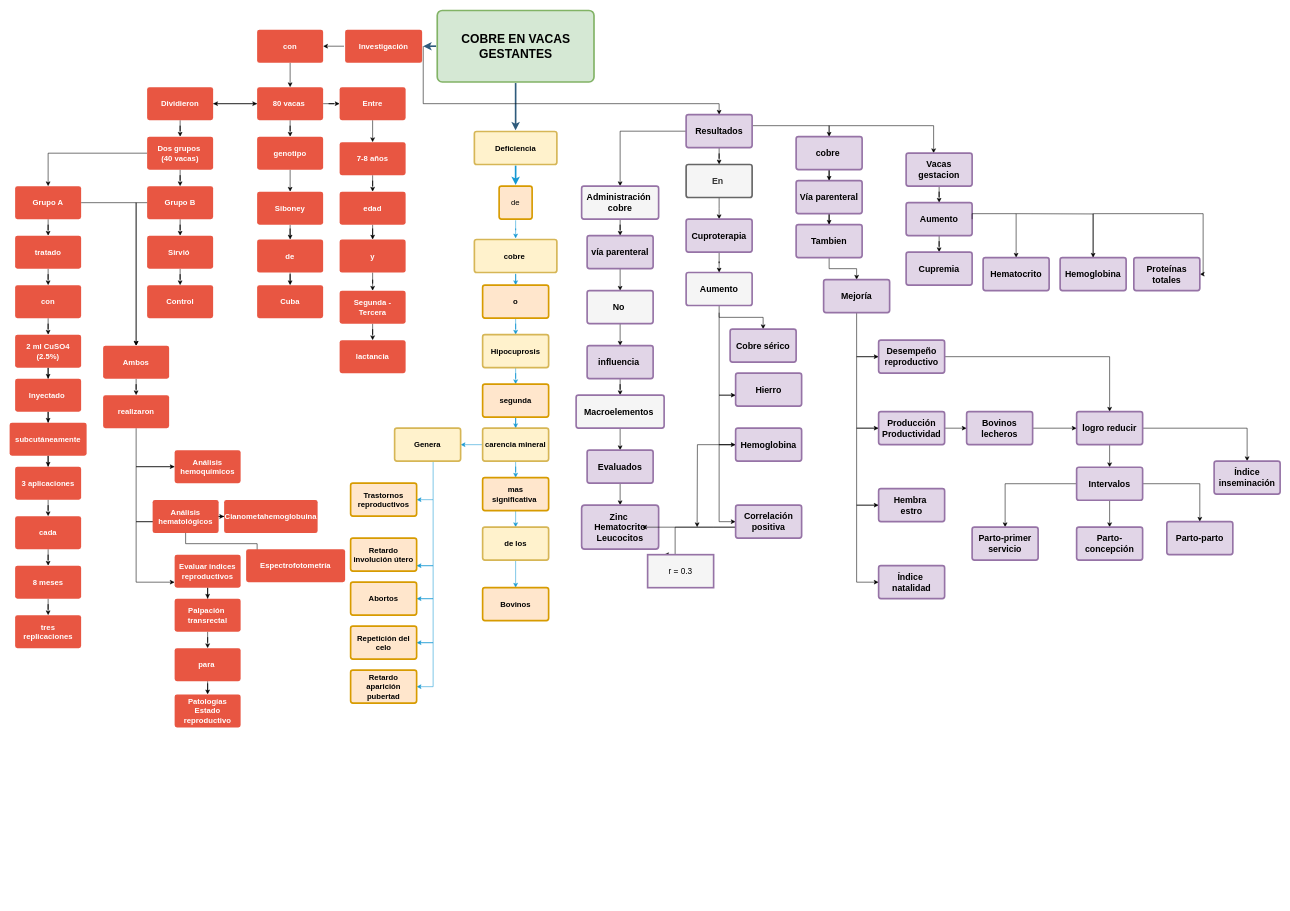
Before: Diagrama sin título.drawio in luisvelez96/luis, a draw.io diagram. Source tidied: cells renumbered, new cells numbered last; positions are measured from the earlier drawing's top-left corner, leaving out a move shared by most shapes. Both pictures are drawn from the tidied source at 55%, with x=0, y=0 at pixel (9, 10).
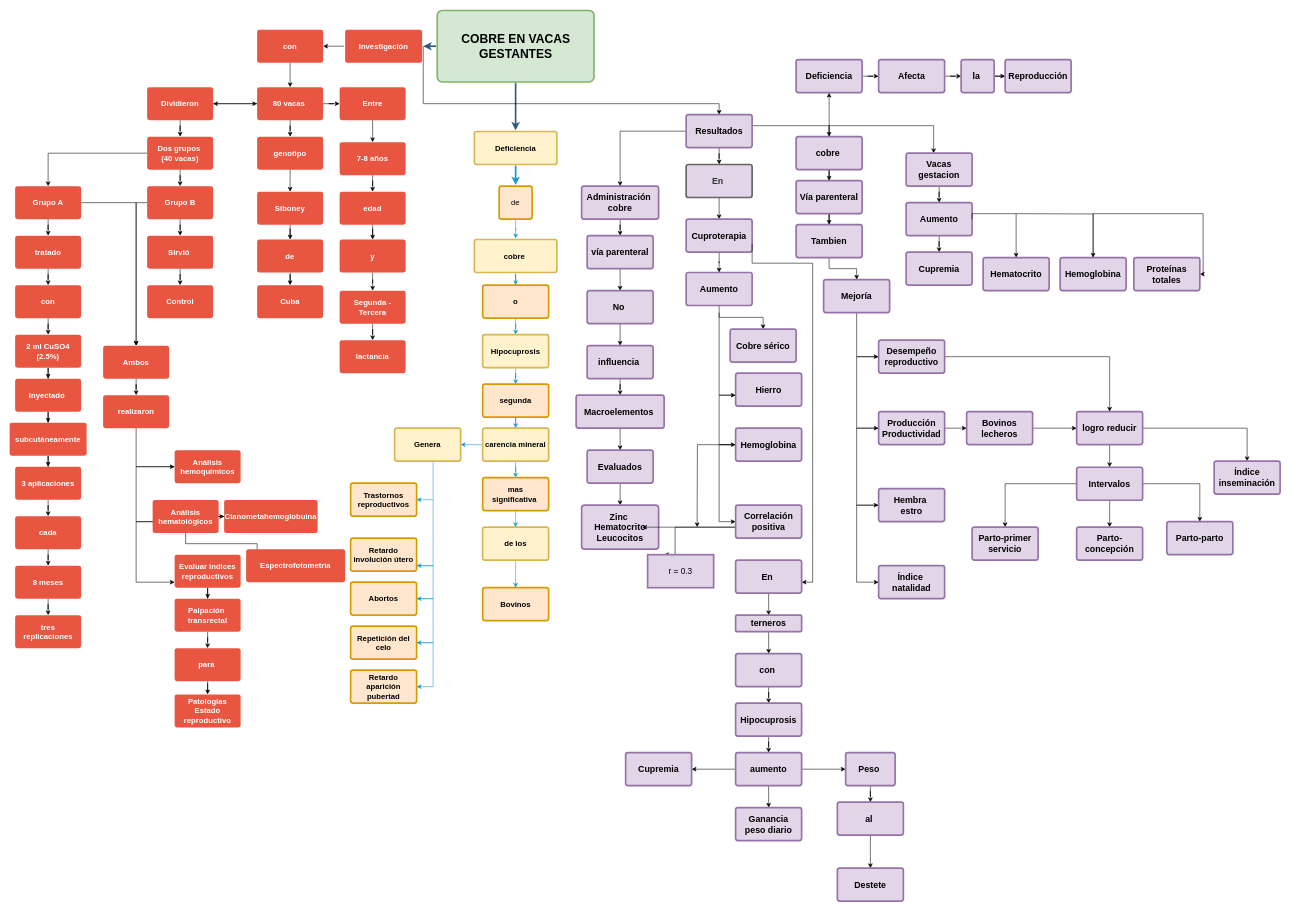
Above is the later version.

Commit message:
cobre en vacas gestantes

Unchanged cells that the change refers to:
```xml
<mxCell id="134" value="Cuproterapia" style="whiteSpace=wrap;html=1;rounded=1;shadow=0;fontSize=16;fontStyle=1;strokeColor=#9673a6;strokeWidth=3;fillColor=#e1d5e7;spacing=5;arcSize=7;" parent="1" vertex="1">
  <mxGeometry x="1230" y="380" width="120" height="60" as="geometry" />
</mxCell>
<mxCell id="150" value="cobre&amp;nbsp;" style="whiteSpace=wrap;html=1;rounded=1;shadow=0;fontSize=16;fontStyle=1;strokeColor=#9673a6;strokeWidth=3;fillColor=#e1d5e7;spacing=5;arcSize=7;" parent="1" vertex="1">
  <mxGeometry x="1430" y="230" width="120" height="60" as="geometry" />
</mxCell>
```

The edit, as a diff of the source:
```diff
@@
-    <mxCell id="119" value="Administración&amp;nbsp;&lt;br&gt;cobre" style="whiteSpace=wrap;html=1;rounded=1;shadow=0;fontSize=16;fontStyle=1;strokeColor=#9673a6;strokeWidth=3;spacing=5;arcSize=7;fillColor=#F5F5F5;" parent="1" vertex="1">
+    <mxCell id="119" value="Administración&amp;nbsp;&lt;br&gt;cobre" style="whiteSpace=wrap;html=1;rounded=1;shadow=0;fontSize=16;fontStyle=1;strokeColor=#9673a6;strokeWidth=3;spacing=5;arcSize=7;fillColor=#E1D5E7;" parent="1" vertex="1">
       <mxGeometry x="1040" y="320" width="140" height="60" as="geometry" />
     </mxCell>
@@
-    <mxCell id="123" value="No&amp;nbsp;" style="whiteSpace=wrap;html=1;rounded=1;shadow=0;fontSize=16;fontStyle=1;strokeColor=#9673a6;strokeWidth=3;spacing=5;arcSize=7;fillColor=#F5F5F5;" parent="1" vertex="1">
+    <mxCell id="123" value="No&amp;nbsp;" style="whiteSpace=wrap;html=1;rounded=1;shadow=0;fontSize=16;fontStyle=1;strokeColor=#9673a6;strokeWidth=3;spacing=5;arcSize=7;fillColor=#E1D5E7;" parent="1" vertex="1">
       <mxGeometry x="1050" y="510" width="120" height="60" as="geometry" />
     </mxCell>
@@
-    <mxCell id="127" value="Macroelementos&amp;nbsp;" style="whiteSpace=wrap;html=1;rounded=1;shadow=0;fontSize=16;fontStyle=1;strokeColor=#9673a6;strokeWidth=3;spacing=5;arcSize=7;fillColor=#F5F5F5;" parent="1" vertex="1">
+    <mxCell id="127" value="Macroelementos&amp;nbsp;" style="whiteSpace=wrap;html=1;rounded=1;shadow=0;fontSize=16;fontStyle=1;strokeColor=#9673a6;strokeWidth=3;spacing=5;arcSize=7;fillColor=#E1D5E7;" parent="1" vertex="1">
       <mxGeometry x="1030" y="700" width="160" height="60" as="geometry" />
     </mxCell>
@@
-    <mxCell id="132" value="En&amp;nbsp;" style="whiteSpace=wrap;html=1;rounded=1;shadow=0;fontSize=16;fontStyle=1;strokeColor=#666666;strokeWidth=3;fillColor=#f5f5f5;spacing=5;arcSize=7;fontColor=#333333;" parent="1" vertex="1">
+    <mxCell id="132" value="En&amp;nbsp;" style="whiteSpace=wrap;html=1;rounded=1;shadow=0;fontSize=16;fontStyle=1;strokeColor=#666666;strokeWidth=3;spacing=5;arcSize=7;fontColor=#333333;fillColor=#E1D5E7;" parent="1" vertex="1">
       <mxGeometry x="1230" y="280.5" width="120" height="60" as="geometry" />
     </mxCell>
@@
-    <mxCell id="136" value="Aumento" style="whiteSpace=wrap;html=1;rounded=1;shadow=0;fontSize=16;fontStyle=1;strokeColor=#9673a6;strokeWidth=3;spacing=5;arcSize=7;fillColor=#F5F5F5;" parent="1" vertex="1">
+    <mxCell id="136" value="Aumento" style="whiteSpace=wrap;html=1;rounded=1;shadow=0;fontSize=16;fontStyle=1;strokeColor=#9673a6;strokeWidth=3;spacing=5;arcSize=7;fillColor=#E1D5E7;" parent="1" vertex="1">
       <mxGeometry x="1230" y="477" width="120" height="60" as="geometry" />
     </mxCell>
@@
+    <mxCell id="190" style="edgeStyle=orthogonalEdgeStyle;rounded=0;jettySize=auto;html=1;exitX=1;exitY=0.75;exitDx=0;exitDy=0;" parent="1" edge="1" source="134" target="193">
+      <mxGeometry relative="1" as="geometry">
+        <Array as="points">
+          <mxPoint x="1350" y="460" />
+          <mxPoint x="1460" y="460" />
+          <mxPoint x="1460" y="1040" />
+          <mxPoint x="1380" y="1040" />
+        </Array>
+      </mxGeometry>
+    </mxCell>
@@
-    <mxCell id="147" value="&lt;font style=&quot;font-size: 15px&quot;&gt;r = 0.3&lt;/font&gt;" style="rounded=0;whiteSpace=wrap;html=1;strokeWidth=3;fillColor=#F5F5F5;strokeColor=#9673A6;" parent="1" vertex="1">
+    <mxCell id="147" value="&lt;font style=&quot;font-size: 15px&quot;&gt;r = 0.3&lt;/font&gt;" style="rounded=0;whiteSpace=wrap;html=1;strokeWidth=3;strokeColor=#9673A6;fillColor=#E1D5E7;" parent="1" vertex="1">
       <mxGeometry x="1160" y="990" width="120" height="60" as="geometry" />
     </mxCell>
@@
+    <mxCell id="191" style="edgeStyle=orthogonalEdgeStyle;rounded=0;jettySize=auto;html=1;" parent="1" edge="1" source="150" target="212">
+      <mxGeometry relative="1" as="geometry" />
+    </mxCell>
@@
+    <mxCell id="192" style="edgeStyle=orthogonalEdgeStyle;rounded=0;jettySize=auto;html=1;" parent="1" edge="1" source="193" target="195">
+      <mxGeometry relative="1" as="geometry" />
+    </mxCell>
+    <mxCell id="193" value="En&amp;nbsp;" style="whiteSpace=wrap;html=1;rounded=1;shadow=0;fontSize=16;fontStyle=1;strokeColor=#9673a6;strokeWidth=3;fillColor=#e1d5e7;spacing=5;arcSize=7;" parent="1" vertex="1">
+      <mxGeometry x="1320" y="1000" width="120" height="60" as="geometry" />
+    </mxCell>
+    <mxCell id="194" style="edgeStyle=orthogonalEdgeStyle;rounded=0;jettySize=auto;html=1;" parent="1" edge="1" source="195" target="197">
+      <mxGeometry relative="1" as="geometry" />
+    </mxCell>
+    <mxCell id="195" value="terneros" style="whiteSpace=wrap;html=1;rounded=1;shadow=0;fontSize=16;fontStyle=1;strokeColor=#9673a6;strokeWidth=3;fillColor=#e1d5e7;spacing=5;arcSize=7;" parent="1" vertex="1">
+      <mxGeometry x="1320" y="1100" width="120" height="30" as="geometry" />
+    </mxCell>
+    <mxCell id="196" style="edgeStyle=orthogonalEdgeStyle;rounded=0;jettySize=auto;html=1;" parent="1" edge="1" source="197" target="199">
+      <mxGeometry relative="1" as="geometry" />
+    </mxCell>
+    <mxCell id="197" value="con&amp;nbsp;" style="whiteSpace=wrap;html=1;rounded=1;shadow=0;fontSize=16;fontStyle=1;strokeColor=#9673a6;strokeWidth=3;fillColor=#e1d5e7;spacing=5;arcSize=7;" parent="1" vertex="1">
+      <mxGeometry x="1320" y="1170" width="120" height="60" as="geometry" />
+    </mxCell>
+    <mxCell id="198" style="edgeStyle=orthogonalEdgeStyle;rounded=0;jettySize=auto;html=1;" parent="1" edge="1" source="199" target="203">
+      <mxGeometry relative="1" as="geometry" />
+    </mxCell>
+    <mxCell id="199" value="Hipocuprosis" style="whiteSpace=wrap;html=1;rounded=1;shadow=0;fontSize=16;fontStyle=1;strokeColor=#9673a6;strokeWidth=3;fillColor=#e1d5e7;spacing=5;arcSize=7;" parent="1" vertex="1">
+      <mxGeometry x="1320" y="1260" width="120" height="60" as="geometry" />
+    </mxCell>
+    <mxCell id="200" style="edgeStyle=orthogonalEdgeStyle;rounded=0;jettySize=auto;html=1;" parent="1" edge="1" source="203" target="204">
+      <mxGeometry relative="1" as="geometry" />
+    </mxCell>
+    <mxCell id="201" style="edgeStyle=orthogonalEdgeStyle;rounded=0;jettySize=auto;html=1;" parent="1" edge="1" source="203" target="205">
+      <mxGeometry relative="1" as="geometry" />
+    </mxCell>
+    <mxCell id="202" style="edgeStyle=orthogonalEdgeStyle;rounded=0;jettySize=auto;html=1;" parent="1" edge="1" source="203" target="207">
+      <mxGeometry relative="1" as="geometry" />
+    </mxCell>
+    <mxCell id="203" value="aumento" style="whiteSpace=wrap;html=1;rounded=1;shadow=0;fontSize=16;fontStyle=1;strokeColor=#9673a6;strokeWidth=3;fillColor=#e1d5e7;spacing=5;arcSize=7;" parent="1" vertex="1">
+      <mxGeometry x="1320" y="1350" width="120" height="60" as="geometry" />
+    </mxCell>
+    <mxCell id="204" value="Cupremia" style="whiteSpace=wrap;html=1;rounded=1;shadow=0;fontSize=16;fontStyle=1;strokeColor=#9673a6;strokeWidth=3;fillColor=#e1d5e7;spacing=5;arcSize=7;" parent="1" vertex="1">
+      <mxGeometry x="1120" y="1350" width="120" height="60" as="geometry" />
+    </mxCell>
+    <mxCell id="205" value="Ganancia peso diario" style="whiteSpace=wrap;html=1;rounded=1;shadow=0;fontSize=16;fontStyle=1;strokeColor=#9673a6;strokeWidth=3;fillColor=#e1d5e7;spacing=5;arcSize=7;" parent="1" vertex="1">
+      <mxGeometry x="1320" y="1450" width="120" height="60" as="geometry" />
+    </mxCell>
+    <mxCell id="206" style="edgeStyle=orthogonalEdgeStyle;rounded=0;jettySize=auto;html=1;" parent="1" edge="1" source="207" target="209">
+      <mxGeometry relative="1" as="geometry" />
+    </mxCell>
+    <mxCell id="207" value="Peso&amp;nbsp;" style="whiteSpace=wrap;html=1;rounded=1;shadow=0;fontSize=16;fontStyle=1;strokeColor=#9673a6;strokeWidth=3;fillColor=#e1d5e7;spacing=5;arcSize=7;" parent="1" vertex="1">
+      <mxGeometry x="1520" y="1350" width="90" height="60" as="geometry" />
+    </mxCell>
+    <mxCell id="208" style="edgeStyle=orthogonalEdgeStyle;rounded=0;jettySize=auto;html=1;" parent="1" edge="1" source="209" target="210">
+      <mxGeometry relative="1" as="geometry" />
+    </mxCell>
+    <mxCell id="209" value="al&amp;nbsp;" style="whiteSpace=wrap;html=1;rounded=1;shadow=0;fontSize=16;fontStyle=1;strokeColor=#9673a6;strokeWidth=3;fillColor=#e1d5e7;spacing=5;arcSize=7;" parent="1" vertex="1">
+      <mxGeometry x="1505" y="1440" width="120" height="60" as="geometry" />
+    </mxCell>
+    <mxCell id="210" value="Destete" style="whiteSpace=wrap;html=1;rounded=1;shadow=0;fontSize=16;fontStyle=1;strokeColor=#9673a6;strokeWidth=3;fillColor=#e1d5e7;spacing=5;arcSize=7;" parent="1" vertex="1">
+      <mxGeometry x="1505" y="1560" width="120" height="60" as="geometry" />
+    </mxCell>
+    <mxCell id="211" style="edgeStyle=orthogonalEdgeStyle;rounded=0;jettySize=auto;html=1;" parent="1" edge="1" source="212" target="214">
+      <mxGeometry relative="1" as="geometry" />
+    </mxCell>
+    <mxCell id="212" value="Deficiencia" style="whiteSpace=wrap;html=1;rounded=1;shadow=0;fontSize=16;fontStyle=1;strokeColor=#9673a6;strokeWidth=3;fillColor=#e1d5e7;spacing=5;arcSize=7;" parent="1" vertex="1">
+      <mxGeometry x="1430" y="90" width="120" height="60" as="geometry" />
+    </mxCell>
+    <mxCell id="213" style="edgeStyle=orthogonalEdgeStyle;rounded=0;jettySize=auto;html=1;" parent="1" edge="1" source="214" target="216">
+      <mxGeometry relative="1" as="geometry" />
+    </mxCell>
+    <mxCell id="214" value="Afecta" style="whiteSpace=wrap;html=1;rounded=1;shadow=0;fontSize=16;fontStyle=1;strokeColor=#9673a6;strokeWidth=3;fillColor=#e1d5e7;spacing=5;arcSize=7;" parent="1" vertex="1">
+      <mxGeometry x="1580" y="90" width="120" height="60" as="geometry" />
+    </mxCell>
+    <mxCell id="215" style="edgeStyle=orthogonalEdgeStyle;rounded=0;jettySize=auto;html=1;" parent="1" edge="1" source="216" target="217">
+      <mxGeometry relative="1" as="geometry" />
+    </mxCell>
+    <mxCell id="216" value="la&amp;nbsp;" style="whiteSpace=wrap;html=1;rounded=1;shadow=0;fontSize=16;fontStyle=1;strokeColor=#9673a6;strokeWidth=3;fillColor=#e1d5e7;spacing=5;arcSize=7;" parent="1" vertex="1">
+      <mxGeometry x="1730" y="90" width="60" height="60" as="geometry" />
+    </mxCell>
+    <mxCell id="217" value="Reproducción" style="whiteSpace=wrap;html=1;rounded=1;shadow=0;fontSize=16;fontStyle=1;strokeColor=#9673a6;strokeWidth=3;fillColor=#e1d5e7;spacing=5;arcSize=7;" parent="1" vertex="1">
+      <mxGeometry x="1810" y="90" width="120" height="60" as="geometry" />
+    </mxCell>
```
